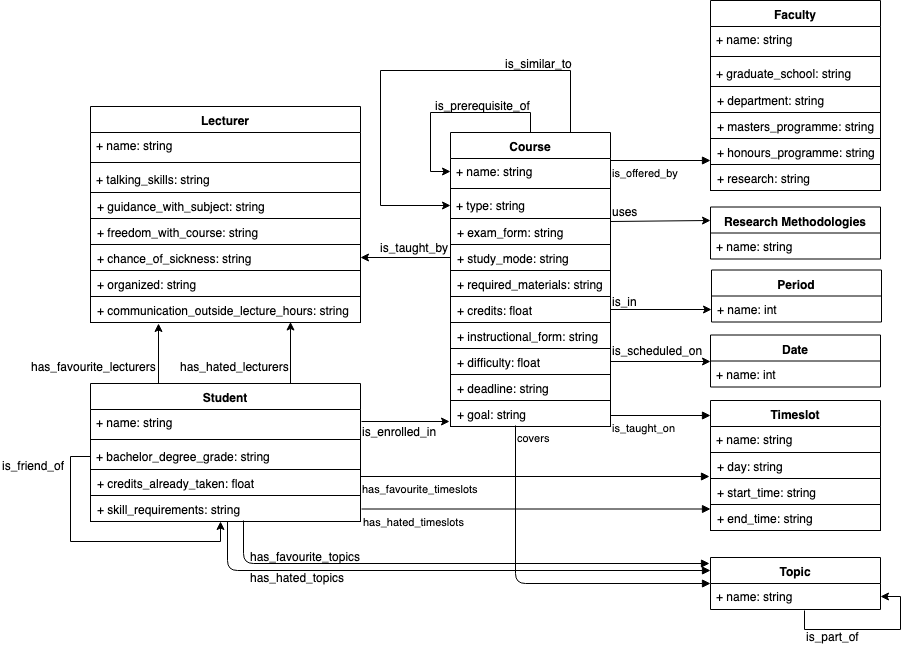
The draw.io diagram project-1/diagram/class-diagram.png in tintinrevient/intelligent-agents, before a commit. Source tidied: cells renumbered, new cells last; positions are measured from the earlier drawing's top-left corner, leaving out a move shared by most shapes.
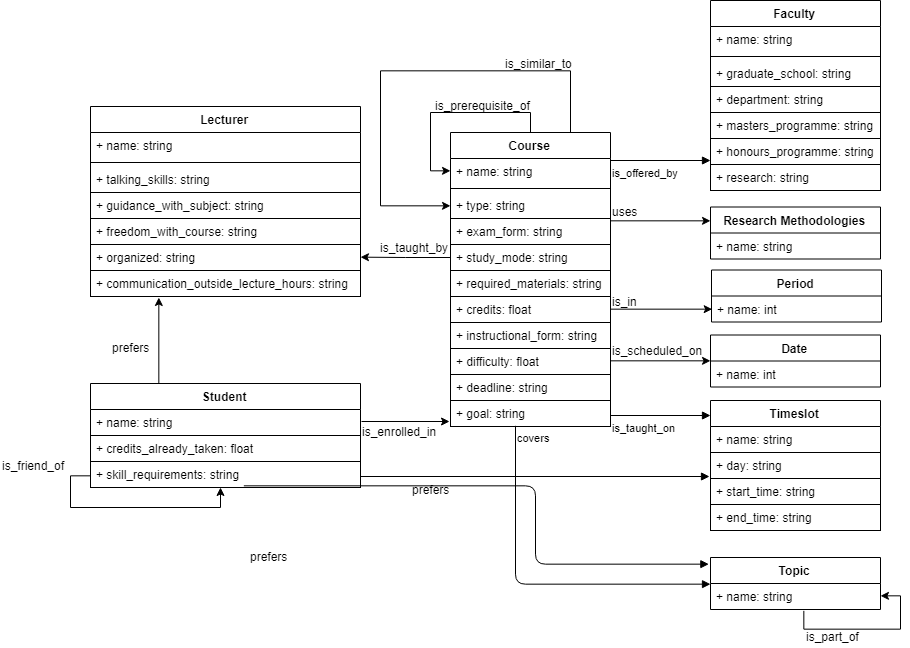
Above is the later version.

What changed in the source:
```diff
@@ -51,7 +51,7 @@
       </mxGeometry>
     </mxCell>
     <mxCell id="16" value="Lecturer" style="swimlane;fontStyle=1;align=center;verticalAlign=top;horizontal=1;startSize=26;" parent="1" vertex="1">
-      <mxGeometry x="90" y="106" width="270" height="216" as="geometry" />
+      <mxGeometry x="90" y="106" width="270" height="190" as="geometry" />
     </mxCell>
     <mxCell id="17" value="+ name: string" style="text;strokeColor=none;fillColor=none;align=left;verticalAlign=top;spacingLeft=4;spacingRight=4;overflow=hidden;" parent="16" vertex="1">
       <mxGeometry y="26" width="270" height="26" as="geometry" />
@@ -68,14 +68,11 @@
     <mxCell id="21" value="+ freedom_with_course: string" style="text;strokeColor=#000000;fillColor=none;align=left;verticalAlign=top;spacingLeft=4;spacingRight=4;overflow=hidden;" parent="16" vertex="1">
       <mxGeometry y="112" width="270" height="26" as="geometry" />
     </mxCell>
-    <mxCell id="22" value="+ chance_of_sickness: string" style="text;strokeColor=#000000;fillColor=none;align=left;verticalAlign=top;spacingLeft=4;spacingRight=4;overflow=hidden;points=[[0,0.5],[1,0.5]];portConstraint=eastwest;" parent="16" vertex="1">
-      <mxGeometry y="138" width="270" height="26" as="geometry" />
-    </mxCell>
     <mxCell id="23" value="+ organized: string" style="text;strokeColor=#000000;fillColor=none;align=left;verticalAlign=top;spacingLeft=4;spacingRight=4;overflow=hidden;" parent="16" vertex="1">
-      <mxGeometry y="164" width="270" height="26" as="geometry" />
+      <mxGeometry y="138" width="270" height="26" as="geometry" />
     </mxCell>
     <mxCell id="24" value="+ communication_outside_lecture_hours: string" style="text;strokeColor=#000000;fillColor=none;align=left;verticalAlign=top;spacingLeft=4;spacingRight=4;overflow=hidden;points=[[0,0.5],[1,0.5]];portConstraint=eastwest;" parent="16" vertex="1">
-      <mxGeometry y="190" width="270" height="26" as="geometry" />
+      <mxGeometry y="164" width="270" height="26" as="geometry" />
     </mxCell>
     <mxCell id="25" value="Faculty" style="swimlane;fontStyle=1;align=center;verticalAlign=top;horizontal=1;startSize=26;" parent="1" vertex="1">
       <mxGeometry x="710" width="170" height="190" as="geometry" />
@@ -150,50 +147,31 @@
       <mxGeometry relative="1" as="geometry" />
     </mxCell>
     <mxCell id="47" value="Student" style="swimlane;fontStyle=1;align=center;verticalAlign=top;horizontal=1;startSize=26;" parent="1" vertex="1">
-      <mxGeometry x="90" y="383" width="270" height="138" as="geometry" />
+      <mxGeometry x="90" y="383" width="270" height="104" as="geometry" />
     </mxCell>
     <mxCell id="48" value="+ name: string" style="text;strokeColor=none;fillColor=none;align=left;verticalAlign=top;spacingLeft=4;spacingRight=4;overflow=hidden;" parent="47" vertex="1">
       <mxGeometry y="26" width="270" height="26" as="geometry" />
     </mxCell>
-    <mxCell id="49" style="line;strokeWidth=1;fillColor=none;align=left;verticalAlign=middle;spacingTop=-1;spacingLeft=3;spacingRight=3;labelPosition=right;" parent="47" vertex="1">
-      <mxGeometry y="52" width="270" height="8" as="geometry" />
-    </mxCell>
-    <mxCell id="50" style="edgeStyle=orthogonalEdgeStyle;rounded=0;jettySize=auto;html=1;exitX=0;exitY=0.5;exitDx=0;exitDy=0;entryX=0.481;entryY=1;entryDx=0;entryDy=0;entryPerimeter=0;" parent="47" edge="1" source="51" target="53">
-      <mxGeometry relative="1" as="geometry" />
+    <mxCell id="50" style="edgeStyle=orthogonalEdgeStyle;rounded=0;jettySize=auto;html=1;exitX=0;exitY=0.5;exitDx=0;exitDy=0;entryX=0.481;entryY=1;entryDx=0;entryDy=0;entryPerimeter=0;" parent="47" edge="1" target="53">
+      <mxGeometry relative="1" as="geometry">
+        <mxPoint y="73" as="sourcePoint" />
+      </mxGeometry>
     </mxCell>
-    <mxCell id="51" value="+ bachelor_degree_grade: string" style="text;strokeColor=none;fillColor=none;align=left;verticalAlign=top;spacingLeft=4;spacingRight=4;overflow=hidden;points=[[0,0.5],[1,0.5]];portConstraint=eastwest;" parent="47" vertex="1">
-      <mxGeometry y="60" width="270" height="26" as="geometry" />
-    </mxCell>
     <mxCell id="52" value="+ credits_already_taken: float" style="text;strokeColor=#000000;fillColor=none;align=left;verticalAlign=top;spacingLeft=4;spacingRight=4;overflow=hidden;" parent="47" vertex="1">
-      <mxGeometry y="86" width="270" height="26" as="geometry" />
+      <mxGeometry y="52" width="270" height="26" as="geometry" />
     </mxCell>
     <mxCell id="53" value="+ skill_requirements: string" style="text;strokeColor=#000000;fillColor=none;align=left;verticalAlign=top;spacingLeft=4;spacingRight=4;overflow=hidden;points=[[0,0.5],[1,0.5]];portConstraint=eastwest;" parent="47" vertex="1">
-      <mxGeometry y="112" width="270" height="26" as="geometry" />
+      <mxGeometry y="78" width="270" height="26" as="geometry" />
     </mxCell>
-    <mxCell id="54" value="has_favourite_timeslots" style="endArrow=block;endFill=1;html=1;edgeStyle=orthogonalEdgeStyle;align=left;verticalAlign=top;entryX=-0.006;entryY=0.231;entryDx=0;entryDy=0;entryPerimeter=0;" parent="1" edge="1">
-      <mxGeometry x="-1" relative="1" as="geometry">
+    <mxCell id="54" value="&lt;font style=&quot;font-size: 12px&quot;&gt;prefers&lt;/font&gt;" style="endArrow=block;endFill=1;html=1;edgeStyle=orthogonalEdgeStyle;align=left;verticalAlign=top;entryX=-0.006;entryY=0.231;entryDx=0;entryDy=0;entryPerimeter=0;" parent="1" edge="1">
+      <mxGeometry x="-0.71" relative="1" as="geometry">
         <mxPoint x="360" y="476" as="sourcePoint" />
         <mxPoint x="709" y="476" as="targetPoint" />
       </mxGeometry>
     </mxCell>
-    <mxCell id="55" value="has_hated_timeslots" style="endArrow=block;endFill=1;html=1;edgeStyle=orthogonalEdgeStyle;align=left;verticalAlign=top;entryX=-0.006;entryY=0.231;entryDx=0;entryDy=0;entryPerimeter=0;" parent="1" edge="1">
-      <mxGeometry x="-1" relative="1" as="geometry">
-        <mxPoint x="361" y="508.5" as="sourcePoint" />
-        <mxPoint x="710" y="508.5" as="targetPoint" />
-      </mxGeometry>
-    </mxCell>
-    <mxCell id="56" style="edgeStyle=orthogonalEdgeStyle;rounded=0;orthogonalLoop=1;jettySize=auto;html=1;exitX=0.25;exitY=0;exitDx=0;exitDy=0;entryX=0.252;entryY=1.038;entryDx=0;entryDy=0;entryPerimeter=0;" parent="1" edge="1">
-      <mxGeometry relative="1" as="geometry">
-        <mxPoint x="290" y="382.5" as="sourcePoint" />
-        <mxPoint x="290" y="321.5" as="targetPoint" />
-      </mxGeometry>
-    </mxCell>
-    <mxCell id="57" value="has_favourite_lecturers" style="text;html=1;align=left;verticalAlign=top;spacingTop=-4;direction=east;" parent="1" vertex="1">
-      <mxGeometry x="29" y="357" width="140" height="20" as="geometry" />
+    <mxCell id="57" value="prefers" style="text;html=1;align=left;verticalAlign=top;spacingTop=-4;direction=east;" parent="1" vertex="1">
+      <mxGeometry x="110" y="338" width="50" height="20" as="geometry" />
     </mxCell>
-    <mxCell id="58" value="has_hated_lecturers" style="text;html=1;align=left;verticalAlign=top;spacingTop=-4;direction=east;" parent="1" vertex="1">
-      <mxGeometry x="178" y="357" width="120" height="20" as="geometry" />
-    </mxCell>
     <mxCell id="59" value="is_enrolled_in" style="text;html=1;align=left;verticalAlign=top;spacingTop=-4;" parent="1" vertex="1">
       <mxGeometry x="360" y="422" width="90" height="20" as="geometry" />
     </mxCell>
@@ -217,15 +195,9 @@
     <mxCell id="64" style="endArrow=block;endFill=1;html=1;edgeStyle=orthogonalEdgeStyle;align=left;verticalAlign=top;entryX=-0.006;entryY=0.115;entryDx=0;entryDy=0;entryPerimeter=0;exitX=0.567;exitY=0.962;exitDx=0;exitDy=0;exitPerimeter=0;" parent="1" edge="1" source="53" target="35">
       <mxGeometry x="-1" relative="1" as="geometry" />
     </mxCell>
-    <mxCell id="65" style="endArrow=block;endFill=1;html=1;edgeStyle=orthogonalEdgeStyle;align=left;verticalAlign=top;entryX=0;entryY=0.25;entryDx=0;entryDy=0;exitX=0.507;exitY=1;exitDx=0;exitDy=0;exitPerimeter=0;" parent="1" edge="1" source="53" target="35">
-      <mxGeometry x="-1" relative="1" as="geometry" />
-    </mxCell>
-    <mxCell id="66" value="has_favourite_topics" style="text;html=1;align=left;verticalAlign=top;spacingTop=-4;" parent="1" vertex="1">
-      <mxGeometry x="248" y="547" width="130" height="20" as="geometry" />
+    <mxCell id="66" value="prefers" style="text;html=1;align=left;verticalAlign=top;spacingTop=-4;" parent="1" vertex="1">
+      <mxGeometry x="248" y="547" width="50" height="20" as="geometry" />
     </mxCell>
-    <mxCell id="67" value="has_hated_topics" style="text;html=1;align=left;verticalAlign=top;spacingTop=-4;" parent="1" vertex="1">
-      <mxGeometry x="248" y="568" width="110" height="20" as="geometry" />
-    </mxCell>
     <mxCell id="68" style="edgeStyle=orthogonalEdgeStyle;rounded=0;orthogonalLoop=1;jettySize=auto;html=1;entryX=-0.012;entryY=0.846;entryDx=0;entryDy=0;entryPerimeter=0;" parent="1" edge="1">
       <mxGeometry relative="1" as="geometry">
         <mxPoint x="361" y="421" as="sourcePoint" />
@@ -241,8 +213,10 @@
     <mxCell id="71" value="is_taught_by" style="text;html=1;align=left;verticalAlign=top;spacingTop=-4;" parent="1" vertex="1">
       <mxGeometry x="378" y="238" width="80" height="20" as="geometry" />
     </mxCell>
-    <mxCell id="72" style="edgeStyle=orthogonalEdgeStyle;rounded=0;jettySize=auto;html=1;entryX=1;entryY=0.5;entryDx=0;entryDy=0;" parent="1" edge="1" source="7" target="22">
-      <mxGeometry relative="1" as="geometry" />
+    <mxCell id="72" style="edgeStyle=orthogonalEdgeStyle;rounded=0;jettySize=auto;html=1;entryX=1;entryY=0.5;entryDx=0;entryDy=0;" parent="1" edge="1" source="7">
+      <mxGeometry relative="1" as="geometry">
+        <mxPoint x="360" y="256.7" as="targetPoint" />
+      </mxGeometry>
     </mxCell>
     <mxCell id="73" value="Date" style="swimlane;fontStyle=1;align=center;verticalAlign=top;horizontal=1;startSize=26;" parent="1" vertex="1">
       <mxGeometry x="710" y="334.5" width="170" height="52" as="geometry" />
```
